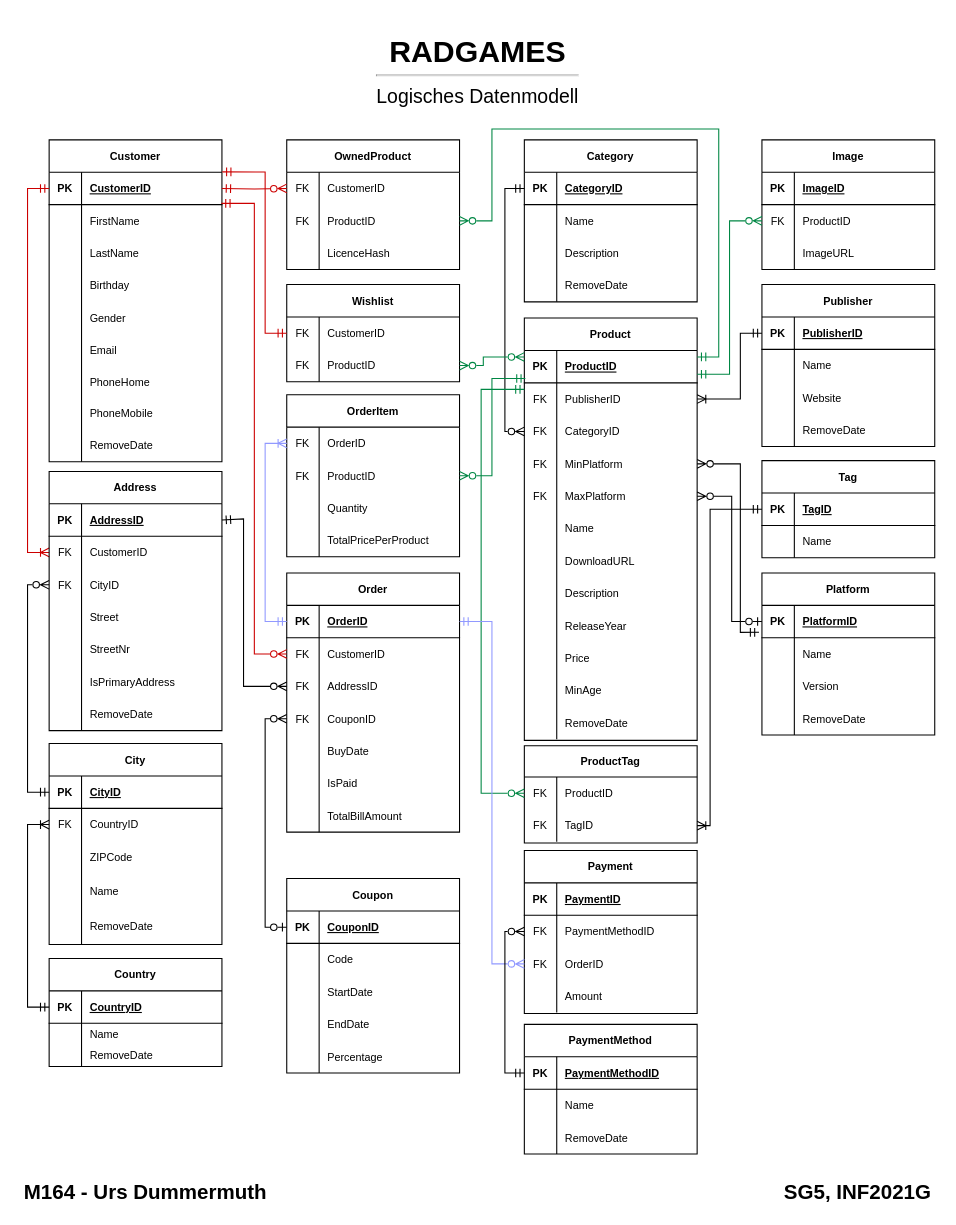
TD99/gibb-m164 keeps this draw.io diagram as page "Logisch" (2 of 3) of Konzepte/Datenmodell.drawio. Above is the earlier version. Source tidied: cells renumbered, new cells numbered last; positions are measured from the earlier drawing's top-left corner, leaving out a move shared by most shapes. Both pictures are drawn from the tidied source at 108%, with x=0, y=0 at pixel (18, 29).
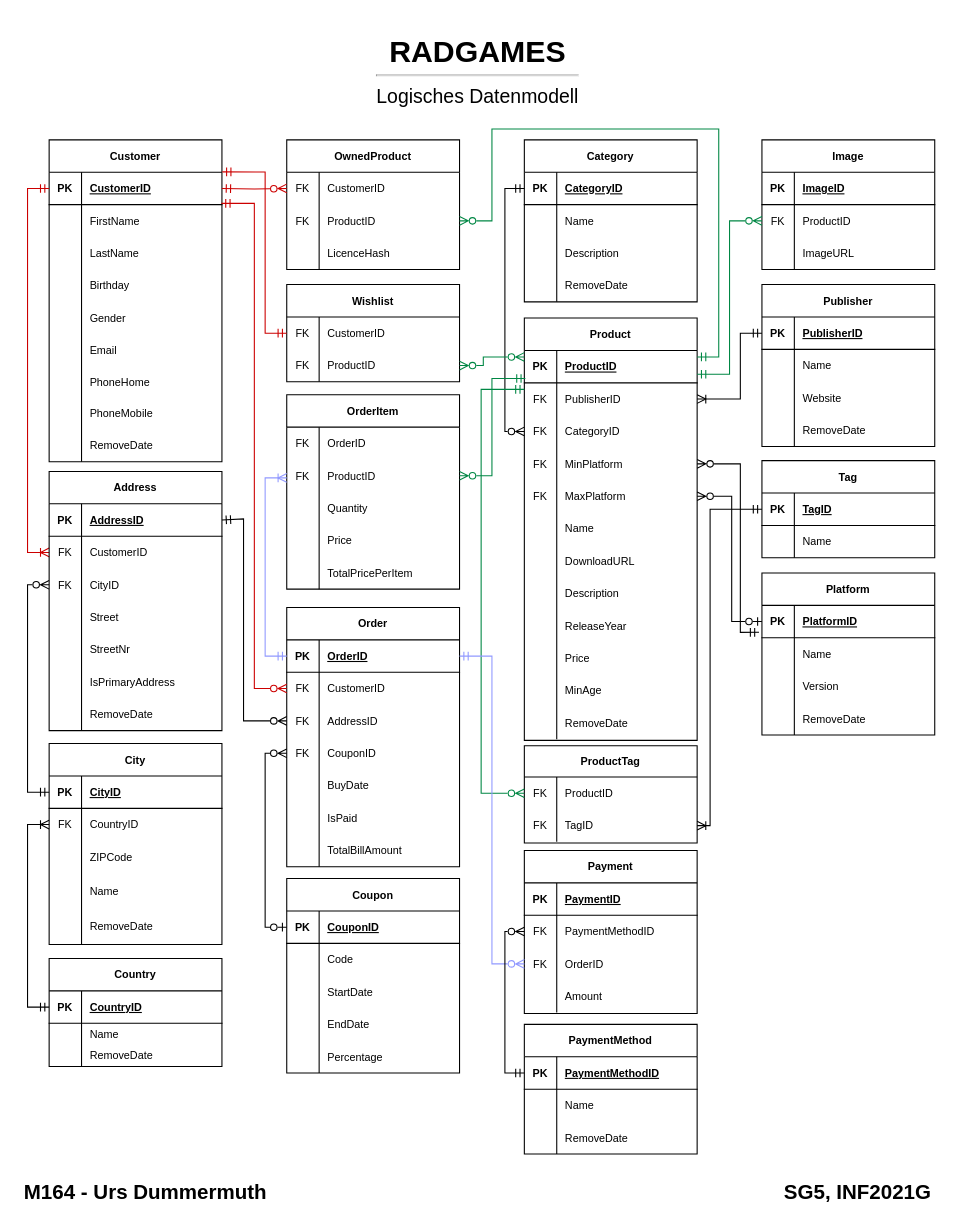
After the change.

The change refers to these unchanged cells:
```xml
<mxCell id="5" style="shape=tableRow;horizontal=0;startSize=0;swimlaneHead=0;swimlaneBody=0;fillColor=none;points=[[0,0.5],[1,0.5]];portConstraint=eastwest;top=0;left=0;right=0;bottom=1;" parent="4" vertex="1">
  <mxGeometry y="30" width="160" height="30" as="geometry" />
</mxCell>
<mxCell id="34" style="shape=tableRow;horizontal=0;startSize=0;swimlaneHead=0;swimlaneBody=0;fillColor=none;points=[[0,0.5],[1,0.5]];portConstraint=eastwest;top=0;left=0;right=0;bottom=1;fontSize=10;" parent="33" vertex="1">
  <mxGeometry y="30" width="160" height="30" as="geometry" />
</mxCell>
<mxCell id="86" style="shape=tableRow;horizontal=0;startSize=0;swimlaneHead=0;swimlaneBody=0;fillColor=none;points=[[0,0.5],[1,0.5]];portConstraint=eastwest;top=0;left=0;right=0;bottom=0;fontSize=10;" parent="85" vertex="1">
  <mxGeometry y="30" width="160" height="30" as="geometry" />
</mxCell>
<mxCell id="99" style="shape=tableRow;horizontal=0;startSize=0;swimlaneHead=0;swimlaneBody=0;fillColor=none;points=[[0,0.5],[1,0.5]];portConstraint=eastwest;top=0;left=0;right=0;bottom=1;fontSize=10;" parent="98" vertex="1">
  <mxGeometry y="30" width="160" height="30" as="geometry" />
</mxCell>
<mxCell id="102" style="shape=tableRow;horizontal=0;startSize=0;swimlaneHead=0;swimlaneBody=0;fillColor=none;points=[[0,0.5],[1,0.5]];portConstraint=eastwest;top=0;left=0;right=0;bottom=0;fontSize=10;" parent="98" vertex="1">
  <mxGeometry y="60" width="160" height="30" as="geometry" />
</mxCell>
<mxCell id="105" style="shape=tableRow;horizontal=0;startSize=0;swimlaneHead=0;swimlaneBody=0;fillColor=none;points=[[0,0.5],[1,0.5]];portConstraint=eastwest;top=0;left=0;right=0;bottom=0;fontSize=10;" parent="98" vertex="1">
  <mxGeometry y="90" width="160" height="30" as="geometry" />
</mxCell>
<mxCell id="223" style="shape=tableRow;horizontal=0;startSize=0;swimlaneHead=0;swimlaneBody=0;fillColor=none;points=[[0,0.5],[1,0.5]];portConstraint=eastwest;top=0;left=0;right=0;bottom=0;fontSize=10;" parent="216" vertex="1">
  <mxGeometry y="90" width="160" height="30" as="geometry" />
</mxCell>
```

Change to the diagram source:
```diff
@@
     <mxCell id="85" value="OrderItem" style="shape=table;startSize=30;childLayout=tableLayout;rowLines=0;fontStyle=1;align=center;fontSize=10;fillColor=none;" parent="1" vertex="1">
-      <mxGeometry x="248" y="338" width="160" height="150" as="geometry" />
+      <mxGeometry x="248" y="338" width="160" height="180" as="geometry" />
     </mxCell>
@@
+    <mxCell id="293" style="shape=tableRow;horizontal=0;startSize=0;swimlaneHead=0;swimlaneBody=0;fillColor=none;top=0;left=0;right=0;bottom=0;fontSize=10;" parent="85" vertex="1">
+      <mxGeometry y="120" width="160" height="30" as="geometry" />
+    </mxCell>
+    <mxCell id="294" style="shape=partialRectangle;fillColor=none;top=0;left=0;bottom=0;right=0;overflow=hidden;fontSize=10;" parent="293" vertex="1">
+      <mxGeometry width="30" height="30" as="geometry" />
+    </mxCell>
+    <mxCell id="295" value="Price" style="shape=partialRectangle;fillColor=none;top=0;left=0;bottom=0;right=0;align=left;spacingLeft=6;overflow=hidden;fontSize=10;" parent="293" vertex="1">
+      <mxGeometry x="30" width="130" height="30" as="geometry" />
+    </mxCell>
     <mxCell id="95" style="shape=tableRow;horizontal=0;startSize=0;swimlaneHead=0;swimlaneBody=0;fillColor=none;top=0;left=0;right=0;bottom=0;fontSize=10;" parent="85" vertex="1">
-      <mxGeometry y="120" width="160" height="30" as="geometry" />
+      <mxGeometry y="150" width="160" height="30" as="geometry" />
     </mxCell>
@@
-    <mxCell id="97" value="TotalPricePerProduct" style="shape=partialRectangle;fillColor=none;top=0;left=0;bottom=0;right=0;align=left;spacingLeft=6;overflow=hidden;fontSize=10;" parent="95" vertex="1">
+    <mxCell id="97" value="TotalPricePerItem" style="shape=partialRectangle;fillColor=none;top=0;left=0;bottom=0;right=0;align=left;spacingLeft=6;overflow=hidden;fontSize=10;" parent="95" vertex="1">
       <mxGeometry x="30" width="130" height="30" as="geometry" />
     </mxCell>
     <mxCell id="98" value="Order" style="shape=table;startSize=30;childLayout=tableLayout;rowLines=0;fontStyle=1;align=center;fontSize=10;fillColor=none;" parent="1" vertex="1">
-      <mxGeometry x="248" y="503" width="160" height="240" as="geometry" />
+      <mxGeometry x="248" y="535" width="160" height="240" as="geometry" />
     </mxCell>
@@
-    <mxCell id="120" style="edgeStyle=orthogonalEdgeStyle;rounded=0;jettySize=auto;html=1;entryX=0;entryY=0.5;entryDx=0;entryDy=0;startArrow=ERoneToMany;startFill=0;endArrow=ERmandOne;endFill=0;exitX=0;exitY=0.5;exitDx=0;exitDy=0;strokeColor=#9199FF;" parent="1" edge="1" source="86" target="99">
-      <mxGeometry relative="1" as="geometry" />
+    <mxCell id="120" style="edgeStyle=orthogonalEdgeStyle;rounded=0;jettySize=auto;html=1;entryX=0;entryY=0.5;entryDx=0;entryDy=0;startArrow=ERoneToMany;startFill=0;endArrow=ERmandOne;endFill=0;exitX=0;exitY=0.5;exitDx=0;exitDy=0;strokeColor=#9199FF;" parent="1" edge="1" target="99">
+      <mxGeometry relative="1" as="geometry">
+        <mxPoint x="248" y="415" as="sourcePoint" />
+        <Array as="points">
+          <mxPoint x="228" y="415" />
+          <mxPoint x="228" y="580" />
+        </Array>
+      </mxGeometry>
     </mxCell>
     <mxCell id="121" style="edgeStyle=orthogonalEdgeStyle;rounded=0;jettySize=auto;html=1;startArrow=ERzeroToMany;startFill=0;endArrow=ERmandOne;endFill=0;fontColor=default;labelBackgroundColor=default;strokeColor=#CC0000;entryX=0.997;entryY=0.961;entryDx=0;entryDy=0;entryPerimeter=0;exitX=0;exitY=0.5;exitDx=0;exitDy=0;" parent="1" edge="1" source="102" target="5">
       <mxGeometry relative="1" as="geometry">
         <Array as="points">
-          <mxPoint x="218" y="578" />
+          <mxPoint x="218" y="610" />
           <mxPoint x="218" y="161" />
         </Array>
       </mxGeometry>
     </mxCell>
     <mxCell id="122" style="edgeStyle=orthogonalEdgeStyle;rounded=0;jettySize=auto;html=1;exitX=0;exitY=0.5;exitDx=0;exitDy=0;startArrow=ERzeroToMany;startFill=0;endArrow=ERmandOne;endFill=0;entryX=1;entryY=0.5;entryDx=0;entryDy=0;" parent="1" edge="1" source="105" target="34">
       <mxGeometry relative="1" as="geometry">
         <Array as="points">
-          <mxPoint x="208" y="608" />
+          <mxPoint x="208" y="640" />
           <mxPoint x="208" y="453" />
         </Array>
       </mxGeometry>
     </mxCell>
@@
     <mxCell id="242" style="edgeStyle=orthogonalEdgeStyle;rounded=0;jettySize=auto;html=1;entryX=1;entryY=0.5;entryDx=0;entryDy=0;startArrow=ERzeroToMany;startFill=0;endArrow=ERmandOne;endFill=0;exitX=0;exitY=0.5;exitDx=0;exitDy=0;strokeColor=#9199FF;" parent="1" edge="1" source="223" target="99">
       <mxGeometry relative="1" as="geometry">
         <Array as="points">
           <mxPoint x="438" y="865" />
-          <mxPoint x="438" y="548" />
+          <mxPoint x="438" y="580" />
         </Array>
       </mxGeometry>
     </mxCell>
```
